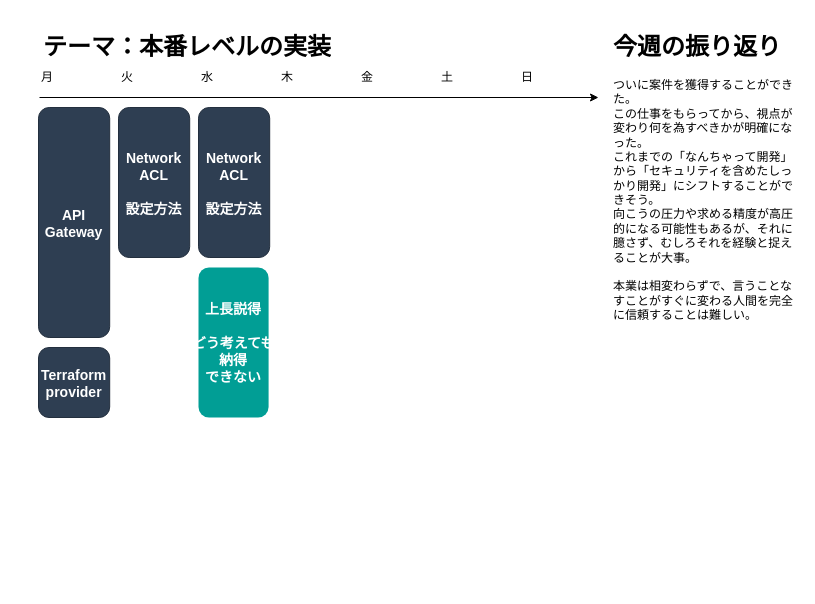
Before: page "20240729" (3 of 3) of life/life_202408.drawio in minegishirei/draw_v1, a draw.io diagram. Source tidied: cells renumbered, new cells numbered last; positions are measured from the earlier drawing's top-left corner, leaving out a move shared by most shapes. Both pictures are drawn from the tidied source at 100%, with x=0, y=0 at pixel (17, 27).
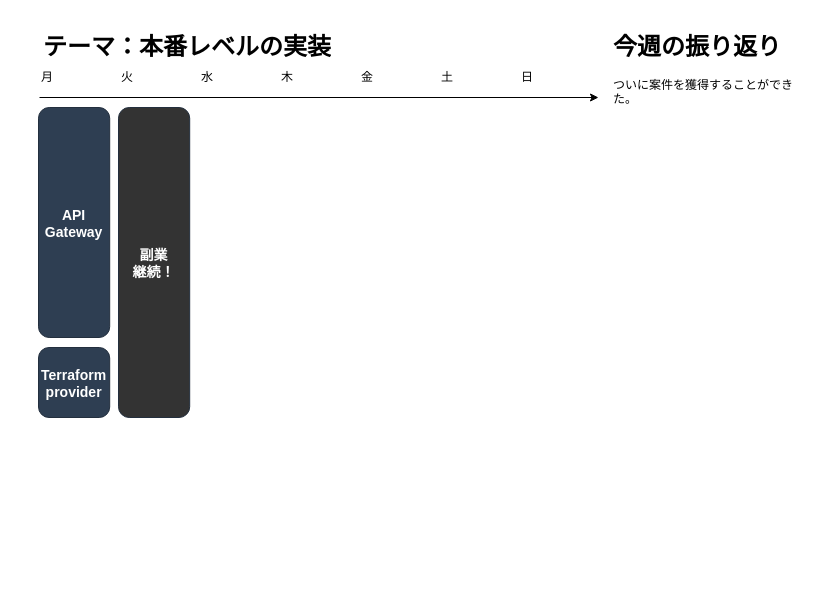
The same page after the edit.

Commit message:
life_202408.drawio を更新します

What changed in the source:
```diff
@@
 <mxGraphModel>
   <root>
     <mxCell id="0" />
     <mxCell id="1" parent="0" />
     <mxCell id="2" value="火" style="text;html=1;strokeColor=none;fillColor=none;align=center;verticalAlign=middle;whiteSpace=wrap;rounded=0;shadow=0;" parent="1" vertex="1">
       <mxGeometry x="80" y="35" width="60" height="30" as="geometry" />
     </mxCell>
     <mxCell id="3" value="水" style="text;html=1;strokeColor=none;fillColor=none;align=center;verticalAlign=middle;whiteSpace=wrap;rounded=0;shadow=0;" parent="1" vertex="1">
       <mxGeometry x="160" y="35" width="60" height="30" as="geometry" />
     </mxCell>
     <mxCell id="4" value="木" style="text;html=1;strokeColor=none;fillColor=none;align=center;verticalAlign=middle;whiteSpace=wrap;rounded=0;shadow=0;" parent="1" vertex="1">
       <mxGeometry x="240" y="35" width="60" height="30" as="geometry" />
     </mxCell>
     <mxCell id="5" value="金" style="text;html=1;strokeColor=none;fillColor=none;align=center;verticalAlign=middle;whiteSpace=wrap;rounded=0;shadow=0;" parent="1" vertex="1">
       <mxGeometry x="320" y="35" width="60" height="30" as="geometry" />
     </mxCell>
     <mxCell id="6" value="土" style="text;html=1;strokeColor=none;fillColor=none;align=center;verticalAlign=middle;whiteSpace=wrap;rounded=0;shadow=0;" parent="1" vertex="1">
       <mxGeometry x="400" y="35" width="60" height="30" as="geometry" />
     </mxCell>
     <mxCell id="7" value="日" style="text;html=1;strokeColor=none;fillColor=none;align=center;verticalAlign=middle;whiteSpace=wrap;rounded=0;shadow=0;" parent="1" vertex="1">
       <mxGeometry x="480" y="35" width="60" height="30" as="geometry" />
     </mxCell>
     <mxCell id="8" value="月" style="text;html=1;strokeColor=none;fillColor=none;align=center;verticalAlign=middle;whiteSpace=wrap;rounded=0;shadow=0;" parent="1" vertex="1">
       <mxGeometry y="35" width="60" height="30" as="geometry" />
     </mxCell>
     <mxCell id="9" value="&lt;h1&gt;テーマ：本番レベルの実装&lt;/h1&gt;" style="text;html=1;strokeColor=none;fillColor=none;spacing=5;spacingTop=-20;whiteSpace=wrap;overflow=hidden;rounded=0;shadow=0;" parent="1" vertex="1">
       <mxGeometry x="21" width="480" height="40" as="geometry" />
     </mxCell>
     <mxCell id="10" style="endArrow=classic;html=1;rounded=0;shadow=0;" parent="1" edge="1">
       <mxGeometry relative="1" as="geometry">
         <mxPoint x="22" y="70" as="sourcePoint" />
         <mxPoint x="581" y="70" as="targetPoint" />
       </mxGeometry>
     </mxCell>
-    <mxCell id="11" value="&lt;h1&gt;&lt;/h1&gt;&lt;h1 style=&quot;border-color: var(--border-color);&quot;&gt;今週の振り返り&lt;/h1&gt;&lt;div&gt;ついに案件を獲得することができた。&lt;/div&gt;&lt;div&gt;この仕事をもらってから、視点が変わり何を為すべきかが明確になった。&lt;/div&gt;&lt;div&gt;これまでの「なんちゃって開発」から「セキュリティを含めたしっかり開発」にシフトすることができそう。&lt;/div&gt;&lt;div&gt;向こうの圧力や求める精度が高圧的になる可能性もあるが、それに臆さず、むしろそれを経験と捉えることが大事。&lt;/div&gt;&lt;div&gt;&lt;br&gt;&lt;/div&gt;&lt;div&gt;本業は相変わらずで、言うことなすことがすぐに変わる人間を完全に信頼することは難しい。&lt;/div&gt;&lt;div&gt;&lt;br&gt;&lt;/div&gt;&lt;div&gt;&lt;br&gt;&lt;/div&gt;&lt;div&gt;&lt;br&gt;&lt;/div&gt;" style="text;html=1;strokeColor=none;fillColor=none;spacing=5;spacingTop=-20;whiteSpace=wrap;overflow=hidden;rounded=0;shadow=0;" parent="1" vertex="1">
+    <mxCell id="11" value="&lt;h1&gt;&lt;/h1&gt;&lt;h1 style=&quot;border-color: var(--border-color);&quot;&gt;今週の振り返り&lt;/h1&gt;&lt;div&gt;ついに案件を獲得することができた。&lt;/div&gt;&lt;div&gt;&lt;br&gt;&lt;/div&gt;&lt;div&gt;&lt;br&gt;&lt;/div&gt;&lt;div&gt;&lt;br&gt;&lt;/div&gt;" style="text;html=1;strokeColor=none;fillColor=none;spacing=5;spacingTop=-20;whiteSpace=wrap;overflow=hidden;rounded=0;shadow=0;" parent="1" vertex="1">
       <mxGeometry x="591" width="190" height="560" as="geometry" />
     </mxCell>
     <mxCell id="12" value="API&#10;Gateway" style="rounded=1;fillColor=#2E3E52;strokeColor=#232F3E;shadow=0;gradientColor=none;fontStyle=1;fontColor=#FFFFFF;fontSize=14;" parent="1" vertex="1">
       <mxGeometry x="21" y="80" width="71.2" height="230" as="geometry" />
     </mxCell>
-    <mxCell id="13" value="Network&#10;ACL&#10;&#10;設定方法" style="rounded=1;fillColor=#2E3E52;strokeColor=#232F3E;shadow=0;gradientColor=none;fontStyle=1;fontColor=#FFFFFF;fontSize=14;" parent="1" vertex="1">
-      <mxGeometry x="181" y="80" width="71.2" height="150" as="geometry" />
-    </mxCell>
-    <mxCell id="14" value="上長説得&#10;&#10;どう考えても&#10;納得&#10;できない" style="rounded=1;fillColor=#019E95;strokeColor=none;shadow=0;gradientColor=none;fontStyle=1;fontColor=#FFFFFF;fontSize=14;" parent="1" vertex="1">
-      <mxGeometry x="181" y="240" width="70.1" height="150" as="geometry" />
-    </mxCell>
-    <mxCell id="15" value="Network&#10;ACL&#10;&#10;設定方法" style="rounded=1;fillColor=#2E3E52;strokeColor=#232F3E;shadow=0;gradientColor=none;fontStyle=1;fontColor=#FFFFFF;fontSize=14;" parent="1" vertex="1">
-      <mxGeometry x="101" y="80" width="71.2" height="150" as="geometry" />
-    </mxCell>
     <mxCell id="16" value="Terraform&#10;provider" style="rounded=1;fillColor=#2E3E52;strokeColor=#232F3E;shadow=0;gradientColor=none;fontStyle=1;fontColor=#FFFFFF;fontSize=14;" parent="1" vertex="1">
       <mxGeometry x="21" y="320" width="71.2" height="70" as="geometry" />
     </mxCell>
+    <mxCell id="17" value="副業&#10;継続！" style="rounded=1;fillColor=#333333;strokeColor=#232F3E;shadow=0;gradientColor=none;fontStyle=1;fontColor=#FFFFFF;fontSize=14;" parent="1" vertex="1">
+      <mxGeometry x="101" y="80" width="71.2" height="310" as="geometry" />
+    </mxCell>
   </root>
 </mxGraphModel>
```
